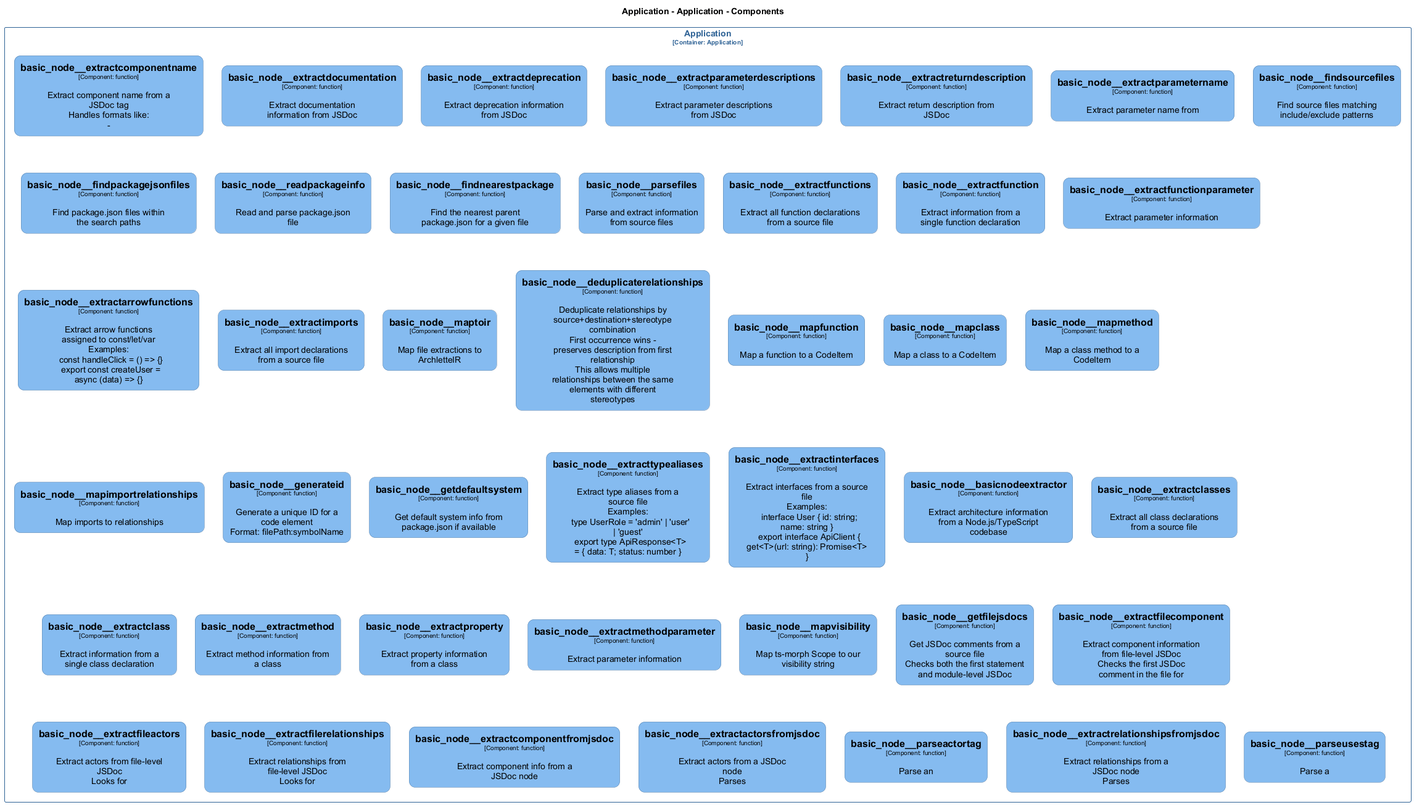
Before: src/templates/docs/architecture/diagrams/structurizr-Classes_default_container__basicnode.png, a diagram exported from PlantUML (chrislyons-dev/archlette).
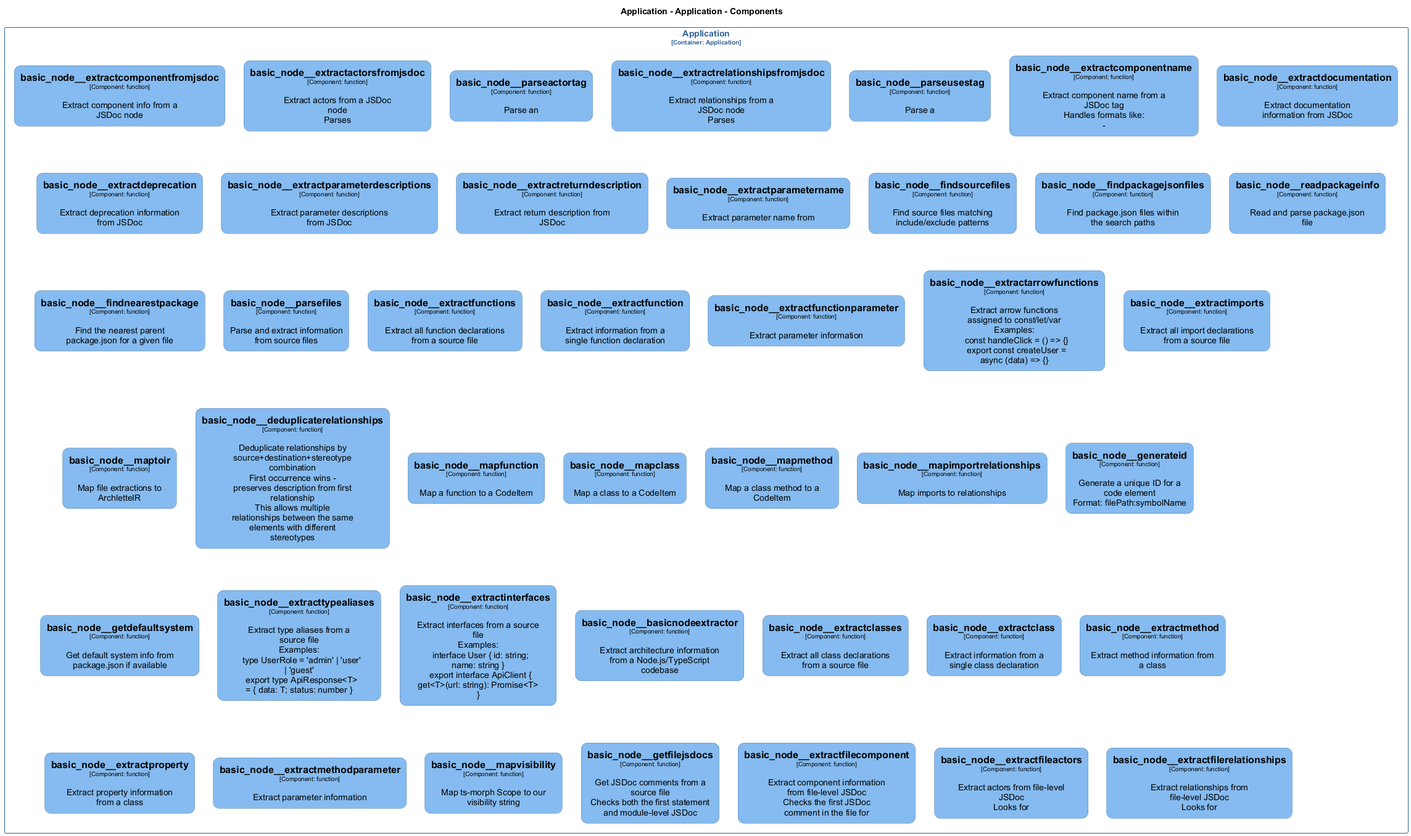
After the change.

Diff of the diagram source:
```diff
@@ -317,6 +317,11 @@
 }
 
 rectangle "Application\n<size:10>[Container: Application]</size>" <<Application.Application>> {
+  rectangle "==basic_node__extractcomponentfromjsdoc\n<size:10>[Component: function]</size>\n\nExtract component info from a JSDoc node" <<Application.Application.basic_node__extractcomponentfromjsdoc>> as Application.Application.basic_node__extractcomponentfromjsdoc
+  rectangle "==basic_node__extractactorsfromjsdoc\n<size:10>[Component: function]</size>\n\nExtract actors from a JSDoc node\nParses" <<Application.Application.basic_node__extractactorsfromjsdoc>> as Application.Application.basic_node__extractactorsfromjsdoc
+  rectangle "==basic_node__parseactortag\n<size:10>[Component: function]</size>\n\nParse an" <<Application.Application.basic_node__parseactortag>> as Application.Application.basic_node__parseactortag
+  rectangle "==basic_node__extractrelationshipsfromjsdoc\n<size:10>[Component: function]</size>\n\nExtract relationships from a JSDoc node\nParses" <<Application.Application.basic_node__extractrelationshipsfromjsdoc>> as Application.Application.basic_node__extractrelationshipsfromjsdoc
+  rectangle "==basic_node__parseusestag\n<size:10>[Component: function]</size>\n\nParse a" <<Application.Application.basic_node__parseusestag>> as Application.Application.basic_node__parseusestag
   rectangle "==basic_node__extractcomponentname\n<size:10>[Component: function]</size>\n\nExtract component name from a JSDoc tag\nHandles formats like:\n-" <<Application.Application.basic_node__extractcomponentname>> as Application.Application.basic_node__extractcomponentname
   rectangle "==basic_node__extractdocumentation\n<size:10>[Component: function]</size>\n\nExtract documentation information from JSDoc" <<Application.Application.basic_node__extractdocumentation>> as Application.Application.basic_node__extractdocumentation
   rectangle "==basic_node__extractdeprecation\n<size:10>[Component: function]</size>\n\nExtract deprecation information from JSDoc" <<Application.Application.basic_node__extractdeprecation>> as Application.Application.basic_node__extractdeprecation
@@ -354,11 +359,6 @@
   rectangle "==basic_node__extractfilecomponent\n<size:10>[Component: function]</size>\n\nExtract component information from file-level JSDoc\nChecks the first JSDoc comment in the file for" <<Application.Application.basic_node__extractfilecomponent>> as Application.Application.basic_node__extractfilecomponent
   rectangle "==basic_node__extractfileactors\n<size:10>[Component: function]</size>\n\nExtract actors from file-level JSDoc\nLooks for" <<Application.Application.basic_node__extractfileactors>> as Application.Application.basic_node__extractfileactors
   rectangle "==basic_node__extractfilerelationships\n<size:10>[Component: function]</size>\n\nExtract relationships from file-level JSDoc\nLooks for" <<Application.Application.basic_node__extractfilerelationships>> as Application.Application.basic_node__extractfilerelationships
-  rectangle "==basic_node__extractcomponentfromjsdoc\n<size:10>[Component: function]</size>\n\nExtract component info from a JSDoc node" <<Application.Application.basic_node__extractcomponentfromjsdoc>> as Application.Application.basic_node__extractcomponentfromjsdoc
-  rectangle "==basic_node__extractactorsfromjsdoc\n<size:10>[Component: function]</size>\n\nExtract actors from a JSDoc node\nParses" <<Application.Application.basic_node__extractactorsfromjsdoc>> as Application.Application.basic_node__extractactorsfromjsdoc
-  rectangle "==basic_node__parseactortag\n<size:10>[Component: function]</size>\n\nParse an" <<Application.Application.basic_node__parseactortag>> as Application.Application.basic_node__parseactortag
-  rectangle "==basic_node__extractrelationshipsfromjsdoc\n<size:10>[Component: function]</size>\n\nExtract relationships from a JSDoc node\nParses" <<Application.Application.basic_node__extractrelationshipsfromjsdoc>> as Application.Application.basic_node__extractrelationshipsfromjsdoc
-  rectangle "==basic_node__parseusestag\n<size:10>[Component: function]</size>\n\nParse a" <<Application.Application.basic_node__parseusestag>> as Application.Application.basic_node__parseusestag
 }
 
 @enduml
```
